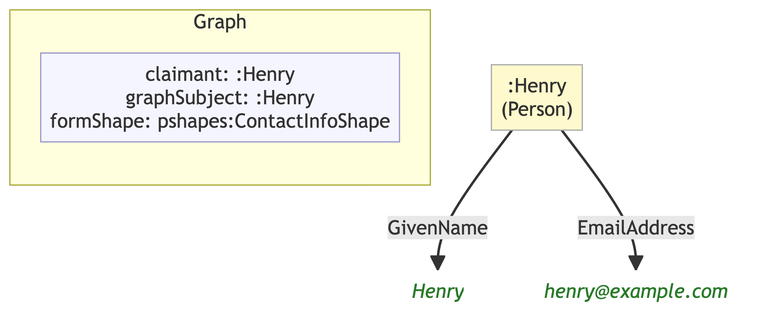
This is example/graphs/images/graph-100.png from MeeFoundation/mia-ontologies, a Mermaid export, as it was before one commit. Its source is kept beside it as example/graphs/images/graph-100.mmd.
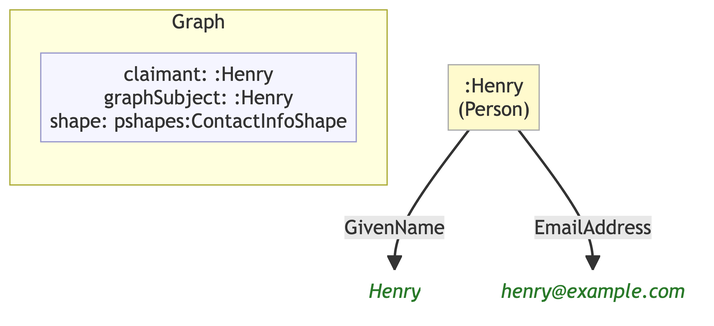
After the change.

Diff of the diagram source:
```diff
@@ -7,12 +7,12 @@
 
     subgraph ctx["Graph"]
         direction LR
-        ctx_meta["claimant: :Henry\ngraphSubject: :Henry\nformShape: pshapes:ContactInfoShape"]:::meta
+        ctx_meta["claimant: :Henry\ngraphSubject: :Henry\nshape: pshapes:ContactInfoShape"]:::meta
     end
 
     n0ea289853318[":Henry\n(Person)"]:::person
-    n233b311cedb9("Henry"):::lit
-    nb9a4a24db9ac("henry@example.com"):::lit
+    n459f09d77bbe("Henry"):::lit
+    n83ba3253253b("henry@example.com"):::lit
 
-    n0ea289853318 -->|"GivenName"| n233b311cedb9
-    n0ea289853318 -->|"EmailAddress"| nb9a4a24db9ac
+    n0ea289853318 -->|"GivenName"| n459f09d77bbe
+    n0ea289853318 -->|"EmailAddress"| n83ba3253253b
```
